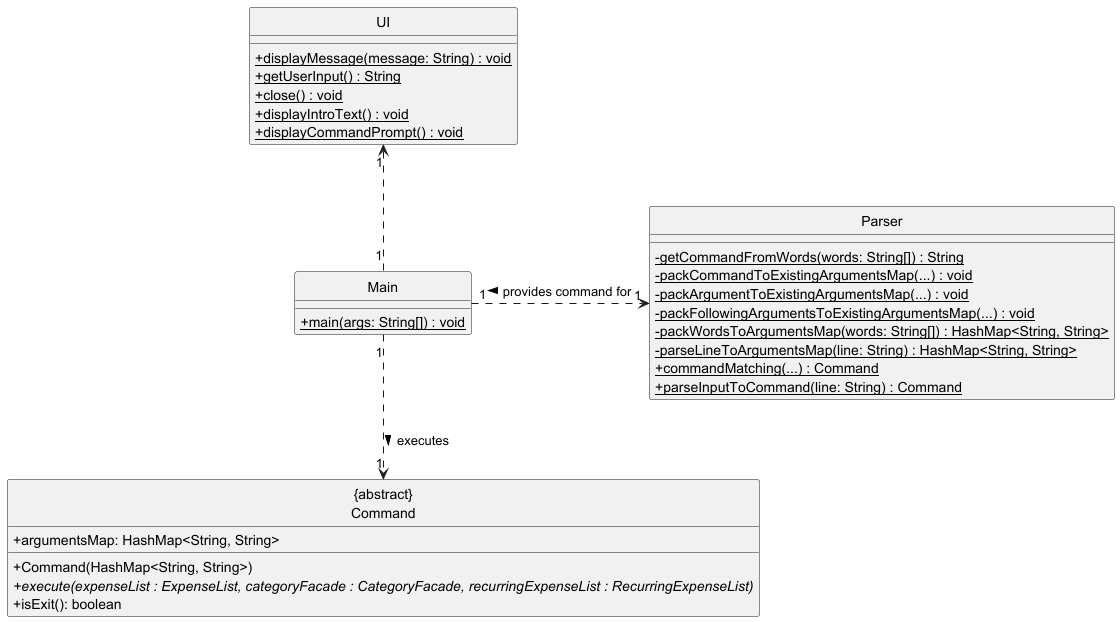
Earlier version of the PlantUML export docs/diagrams/images/UiToCommand.png (nus-cs2113-AY2425S1/tp).
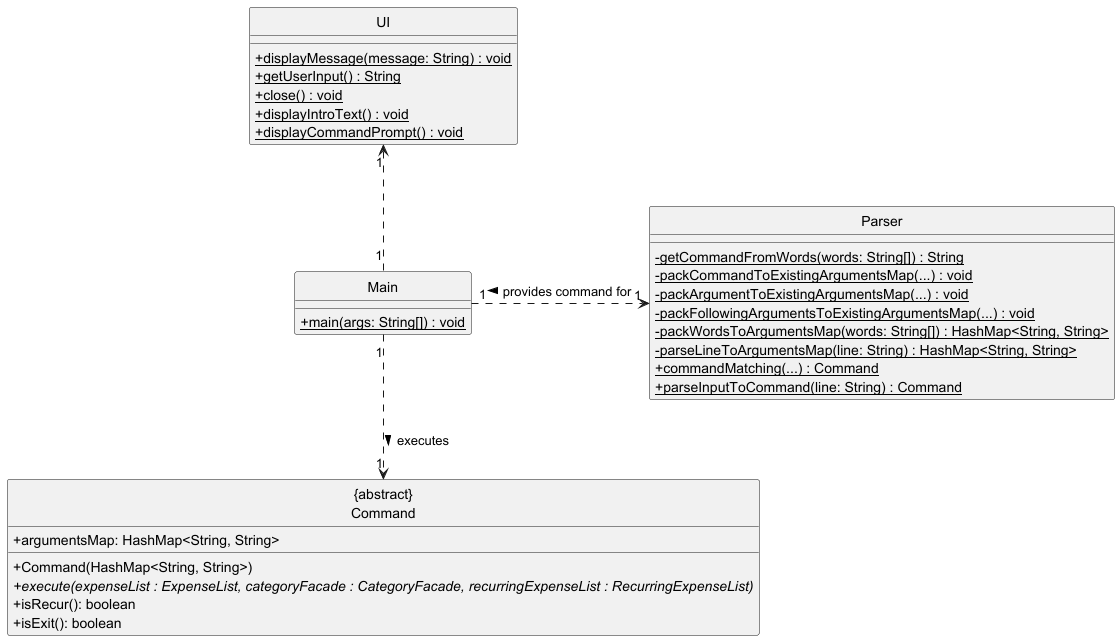
Later version of the same file.

The edit, as a diff of the source:
```diff
@@ -29,6 +29,7 @@
     +argumentsMap: HashMap<String, String>
     +Command(HashMap<String, String>)
     +execute(expenseList : ExpenseList, categoryFacade : CategoryFacade, recurringExpenseList : RecurringExpenseList) {abstract}
+    +isRecur(): boolean
     +isExit(): boolean
 }
 
```
